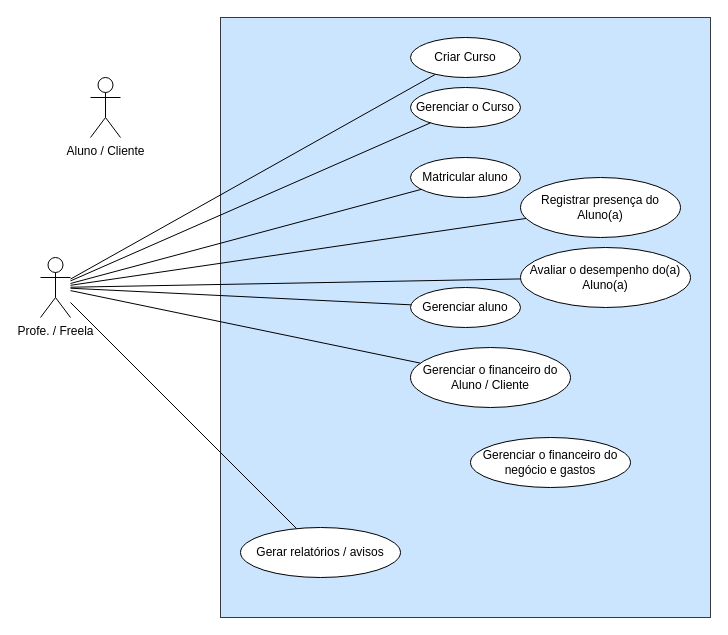
Earlier version of the draw.io diagram page "Caso de Uso" (1 of 5) of docs/diagrams/UML.drawio (Vitor-rs/AgePlan_backend). Source tidied: cells renumbered, new cells numbered last; positions are measured from the earlier drawing's top-left corner, leaving out a move shared by most shapes. Both pictures are drawn from the tidied source at 100%, with x=0, y=0 at pixel (40, 17).
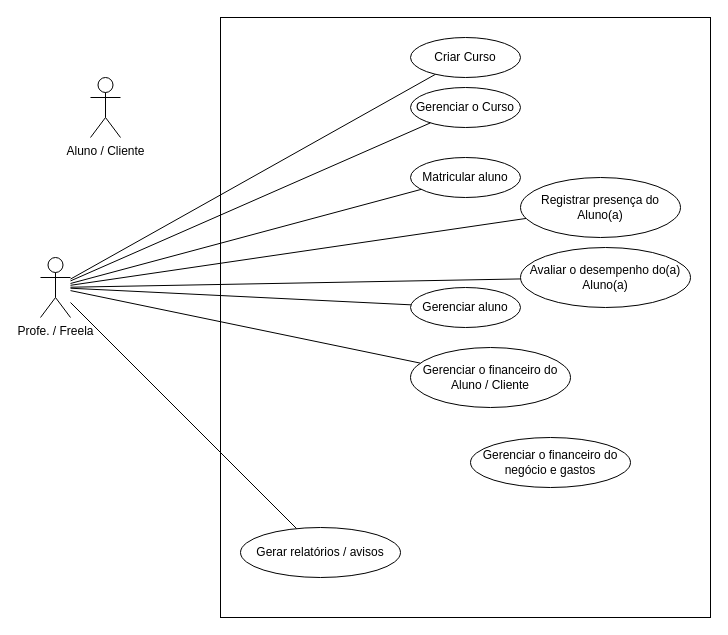
Above is the later version.

The edit, as a diff of the source:
```diff
@@
-    <mxCell id="2" style="whiteSpace=wrap;html=1;fillColor=#cce5ff;strokeColor=#36393d;" parent="1" vertex="1">
+    <mxCell id="2" style="whiteSpace=wrap;html=1;rounded=0;" parent="1" vertex="1">
       <mxGeometry x="180" width="490" height="600" as="geometry" />
     </mxCell>
@@
-    <mxCell id="4" value="Profe. / Freela" style="shape=umlActor;verticalLabelPosition=bottom;verticalAlign=top;html=1;" parent="1" vertex="1">
+    <mxCell id="4" value="Profe. / Freela" style="shape=umlActor;verticalLabelPosition=bottom;verticalAlign=top;html=1;rounded=0;" parent="1" vertex="1">
       <mxGeometry y="240" width="30" height="60" as="geometry" />
     </mxCell>
-    <mxCell id="5" value="Aluno / Cliente" style="shape=umlActor;verticalLabelPosition=bottom;verticalAlign=top;html=1;" parent="1" vertex="1">
+    <mxCell id="5" value="Aluno / Cliente" style="shape=umlActor;verticalLabelPosition=bottom;verticalAlign=top;html=1;rounded=0;" parent="1" vertex="1">
       <mxGeometry x="50" y="60" width="30" height="60" as="geometry" />
     </mxCell>
-    <mxCell id="6" value="Registrar presença do Aluno(a)" style="ellipse;whiteSpace=wrap;html=1;" parent="1" vertex="1">
+    <mxCell id="6" value="Registrar presença do Aluno(a)" style="ellipse;whiteSpace=wrap;html=1;rounded=0;" parent="1" vertex="1">
       <mxGeometry x="480" y="160" width="160" height="60" as="geometry" />
     </mxCell>
-    <mxCell id="7" value="Matricular aluno" style="ellipse;whiteSpace=wrap;html=1;" parent="1" vertex="1">
+    <mxCell id="7" value="Matricular aluno" style="ellipse;whiteSpace=wrap;html=1;rounded=0;" parent="1" vertex="1">
       <mxGeometry x="370" y="140" width="110" height="40" as="geometry" />
     </mxCell>
-    <mxCell id="8" value="Gerenciar o Curso" style="ellipse;whiteSpace=wrap;html=1;" parent="1" vertex="1">
+    <mxCell id="8" value="Gerenciar o Curso" style="ellipse;whiteSpace=wrap;html=1;rounded=0;" parent="1" vertex="1">
       <mxGeometry x="370" y="70" width="110" height="40" as="geometry" />
     </mxCell>
-    <mxCell id="9" value="Gerenciar aluno" style="ellipse;whiteSpace=wrap;html=1;" parent="1" vertex="1">
+    <mxCell id="9" value="Gerenciar aluno" style="ellipse;whiteSpace=wrap;html=1;rounded=0;" parent="1" vertex="1">
       <mxGeometry x="370" y="270" width="110" height="40" as="geometry" />
     </mxCell>
-    <mxCell id="10" value="Gerar relatórios / avisos" style="ellipse;whiteSpace=wrap;html=1;" parent="1" vertex="1">
+    <mxCell id="10" value="Gerar relatórios / avisos" style="ellipse;whiteSpace=wrap;html=1;rounded=0;" parent="1" vertex="1">
       <mxGeometry x="200" y="510" width="160" height="50" as="geometry" />
     </mxCell>
@@
-    <mxCell id="16" value="Criar Curso" style="ellipse;whiteSpace=wrap;html=1;" parent="1" vertex="1">
+    <mxCell id="16" value="Criar Curso" style="ellipse;whiteSpace=wrap;html=1;rounded=0;" parent="1" vertex="1">
       <mxGeometry x="370" y="20" width="110" height="40" as="geometry" />
     </mxCell>
@@
-    <mxCell id="18" value="Avaliar o desempenho do(a) Aluno(a)" style="ellipse;whiteSpace=wrap;html=1;" parent="1" vertex="1">
+    <mxCell id="18" value="Avaliar o desempenho do(a) Aluno(a)" style="ellipse;whiteSpace=wrap;html=1;rounded=0;" parent="1" vertex="1">
       <mxGeometry x="480" y="230" width="170" height="60" as="geometry" />
     </mxCell>
@@
-    <mxCell id="20" value="Gerenciar o financeiro do Aluno / Cliente" style="ellipse;whiteSpace=wrap;html=1;" parent="1" vertex="1">
+    <mxCell id="20" value="Gerenciar o financeiro do Aluno / Cliente" style="ellipse;whiteSpace=wrap;html=1;rounded=0;" parent="1" vertex="1">
       <mxGeometry x="370" y="330" width="160" height="60" as="geometry" />
     </mxCell>
-    <mxCell id="21" value="Gerenciar o financeiro do negócio e gastos" style="ellipse;whiteSpace=wrap;html=1;" parent="1" vertex="1">
+    <mxCell id="21" value="Gerenciar o financeiro do negócio e gastos" style="ellipse;whiteSpace=wrap;html=1;rounded=0;" parent="1" vertex="1">
       <mxGeometry x="430" y="420" width="160" height="50" as="geometry" />
     </mxCell>
```
